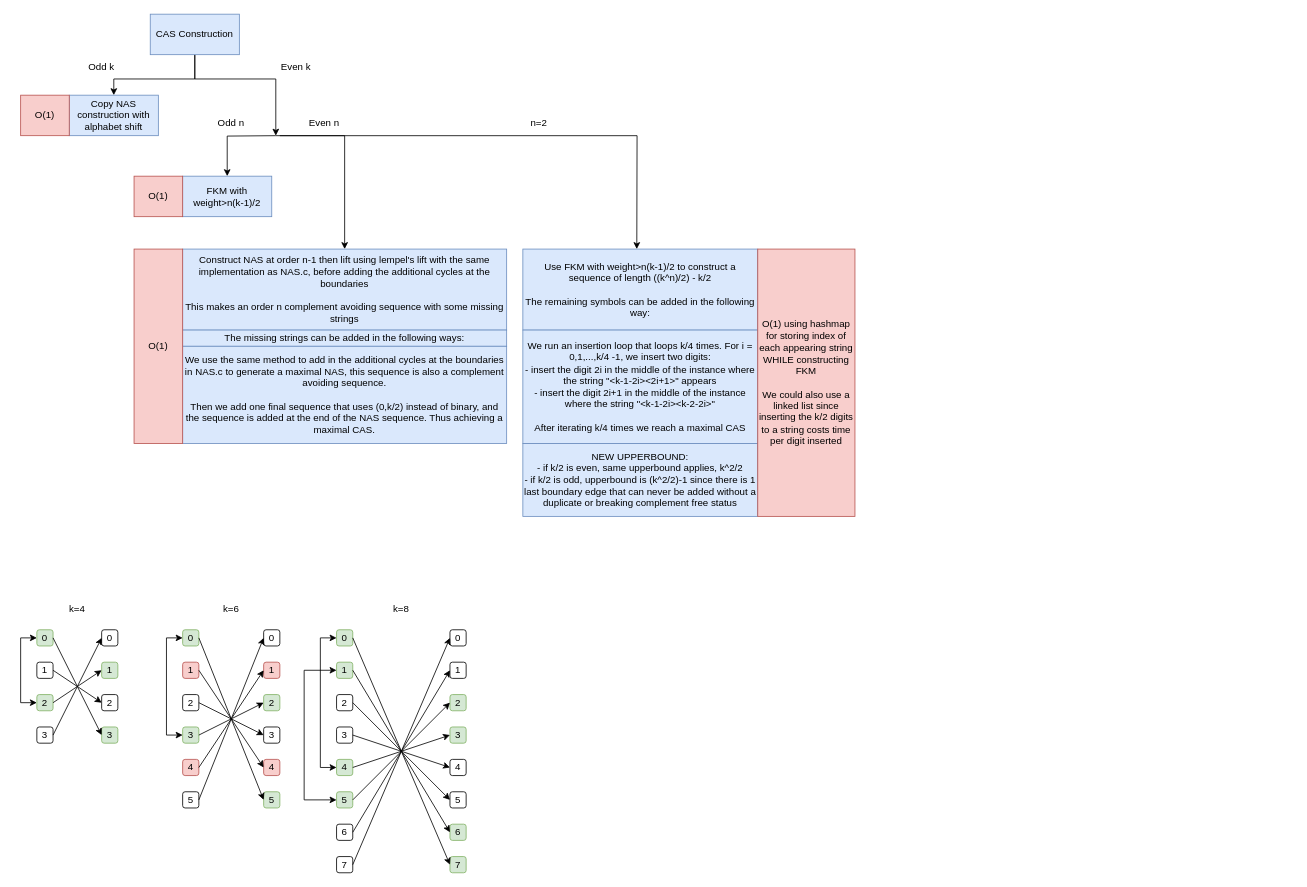
Before: Trees/Complement Free/CAS Construction.drawio in Al-ttaeeA/research, a draw.io diagram. Source tidied: cells renumbered, new cells numbered last; positions are measured from the earlier drawing's top-left corner, leaving out a move shared by most shapes. Both pictures are drawn from the tidied source at 81%, with x=0, y=0 at pixel (20, 14).
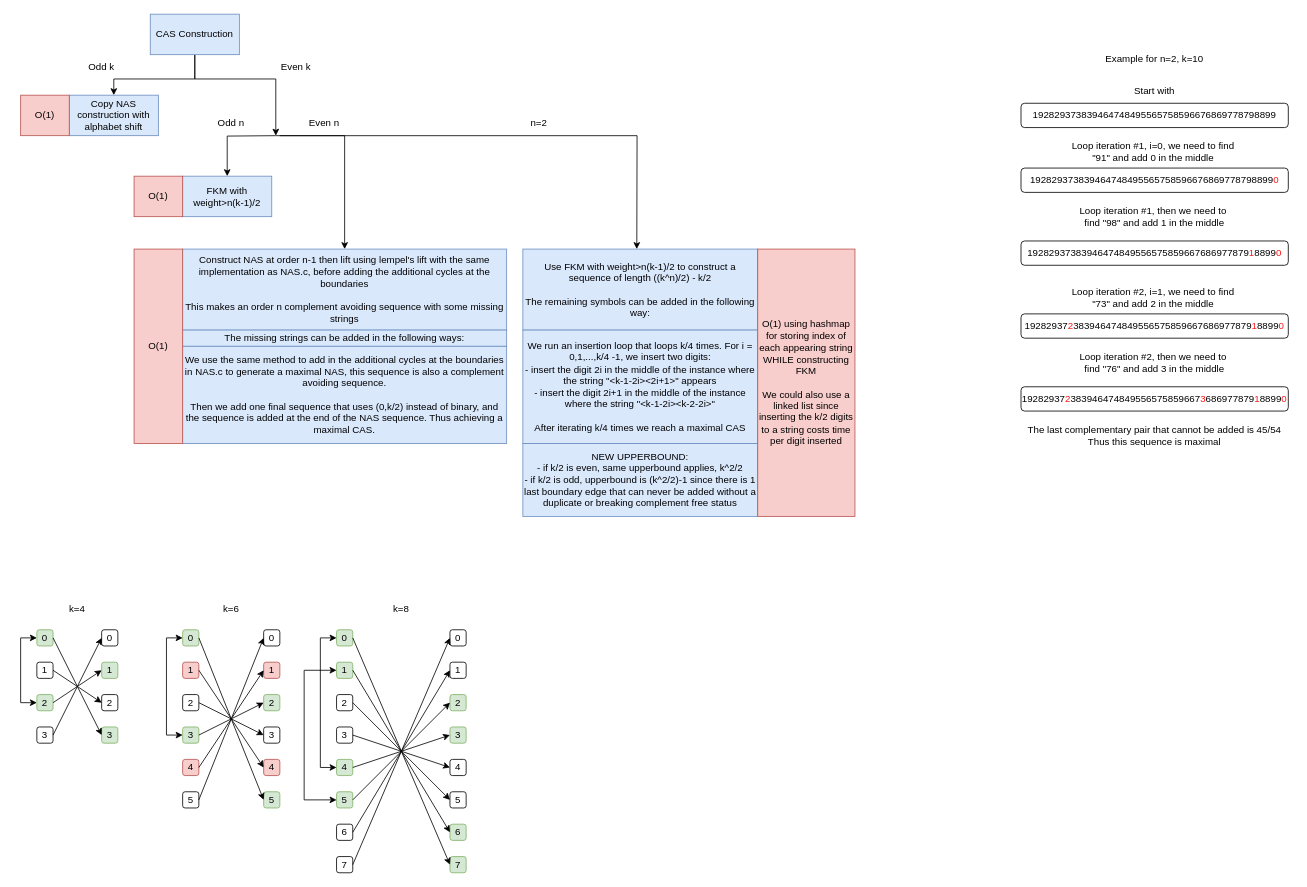
The same diagram, later.

Commit message (it also covers changes not shown here):
Added many iterations of a n=2 even k construction, including an optimal one

The edit, as a diff of the source:
```diff
@@
+    <mxCell id="86" value="Example for n=2, k=10" style="text;html=1;whiteSpace=wrap;strokeColor=none;fillColor=none;align=center;verticalAlign=middle;rounded=0;" parent="1" vertex="1">
+      <mxGeometry x="1330" y="40" width="140" height="30" as="geometry" />
+    </mxCell>
+    <mxCell id="87" value="192829373839464748495565758596676869778798899" style="rounded=1;whiteSpace=wrap;html=1;" parent="1" vertex="1">
+      <mxGeometry x="1235" y="110" width="330" height="30" as="geometry" />
+    </mxCell>
+    <mxCell id="88" value="Start with" style="text;html=1;whiteSpace=wrap;strokeColor=none;fillColor=none;align=center;verticalAlign=middle;rounded=0;" parent="1" vertex="1">
+      <mxGeometry x="1365" y="80" width="70" height="30" as="geometry" />
+    </mxCell>
+    <mxCell id="89" value="Loop iteration #1, i=0, we need to find&amp;nbsp;&lt;div&gt;&quot;91&quot; and add 0 in the middle&amp;nbsp;&lt;/div&gt;" style="text;html=1;whiteSpace=wrap;strokeColor=none;fillColor=none;align=center;verticalAlign=middle;rounded=0;" parent="1" vertex="1">
+      <mxGeometry x="1285" y="150" width="230" height="40" as="geometry" />
+    </mxCell>
+    <mxCell id="90" value="192829373839464748495565758596676869778798899&lt;font style=&quot;color: rgb(255, 17, 17);&quot;&gt;0&lt;/font&gt;" style="rounded=1;whiteSpace=wrap;html=1;" parent="1" vertex="1">
+      <mxGeometry x="1235" y="190" width="330" height="30" as="geometry" />
+    </mxCell>
+    <mxCell id="91" value="Loop iteration #1, then we need to&amp;nbsp;&lt;div&gt;find &quot;98&quot; and add 1 in the middle&lt;/div&gt;" style="text;html=1;whiteSpace=wrap;strokeColor=none;fillColor=none;align=center;verticalAlign=middle;rounded=0;" parent="1" vertex="1">
+      <mxGeometry x="1295" y="230" width="210" height="40" as="geometry" />
+    </mxCell>
+    <mxCell id="92" value="19282937383946474849556575859667686977879&lt;font style=&quot;color: rgb(255, 17, 17);&quot;&gt;1&lt;/font&gt;8899&lt;font style=&quot;color: rgb(255, 17, 17);&quot;&gt;0&lt;/font&gt;" style="rounded=1;whiteSpace=wrap;html=1;" parent="1" vertex="1">
+      <mxGeometry x="1235" y="280" width="330" height="30" as="geometry" />
+    </mxCell>
+    <mxCell id="93" value="Loop iteration #2, i=1, we need to find&amp;nbsp;&lt;div&gt;&quot;73&quot; and add 2 in the middle&amp;nbsp;&lt;/div&gt;" style="text;html=1;whiteSpace=wrap;strokeColor=none;fillColor=none;align=center;verticalAlign=middle;rounded=0;" parent="1" vertex="1">
+      <mxGeometry x="1285" y="330" width="230" height="40" as="geometry" />
+    </mxCell>
+    <mxCell id="94" value="19282937&lt;font style=&quot;color: rgb(255, 17, 17);&quot;&gt;2&lt;/font&gt;383946474849556575859667686977879&lt;font style=&quot;color: rgb(255, 17, 17);&quot;&gt;1&lt;/font&gt;8899&lt;font style=&quot;color: rgb(255, 17, 17);&quot;&gt;0&lt;/font&gt;" style="rounded=1;whiteSpace=wrap;html=1;" parent="1" vertex="1">
+      <mxGeometry x="1235" y="370" width="330" height="30" as="geometry" />
+    </mxCell>
+    <mxCell id="95" value="Loop iteration #2, then we need to&amp;nbsp;&lt;div&gt;find &quot;76&quot; and add 3 in the middle&lt;/div&gt;" style="text;html=1;whiteSpace=wrap;strokeColor=none;fillColor=none;align=center;verticalAlign=middle;rounded=0;" parent="1" vertex="1">
+      <mxGeometry x="1295" y="410" width="210" height="40" as="geometry" />
+    </mxCell>
+    <mxCell id="96" value="19282937&lt;font style=&quot;color: rgb(255, 17, 17);&quot;&gt;2&lt;/font&gt;383946474849556575859667&lt;font style=&quot;color: rgb(255, 17, 17);&quot;&gt;3&lt;/font&gt;686977879&lt;font style=&quot;color: rgb(255, 17, 17);&quot;&gt;1&lt;/font&gt;8899&lt;font style=&quot;color: rgb(255, 17, 17);&quot;&gt;0&lt;/font&gt;" style="rounded=1;whiteSpace=wrap;html=1;" parent="1" vertex="1">
+      <mxGeometry x="1235" y="460" width="330" height="30" as="geometry" />
+    </mxCell>
+    <mxCell id="97" value="The last complementary pair that cannot be added is 45/54&lt;div&gt;Thus this sequence is maximal&lt;/div&gt;" style="text;html=1;whiteSpace=wrap;strokeColor=none;fillColor=none;align=center;verticalAlign=middle;rounded=0;" parent="1" vertex="1">
+      <mxGeometry x="1230" y="500" width="340" height="40" as="geometry" />
+    </mxCell>
```
